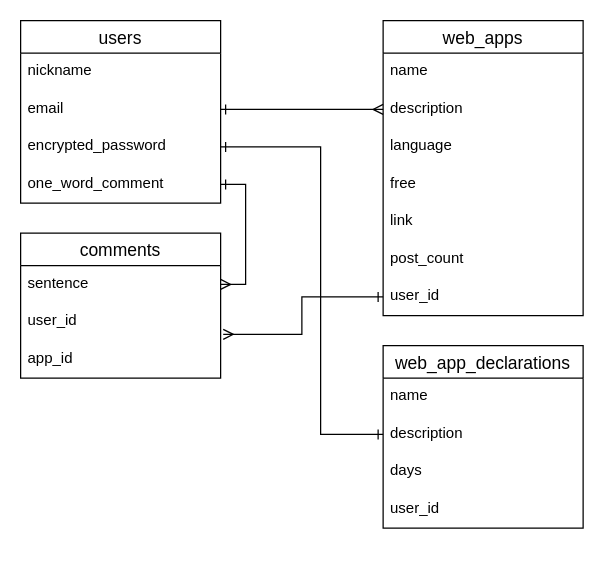
The draw.io diagram ER.dio in doshara1280/webapp-share, before the edit. Source tidied: cells renumbered, new cells numbered last; positions are measured from the earlier drawing's top-left corner, leaving out a move shared by most shapes. Both pictures are drawn from the tidied source at 125%, with x=0, y=0 at pixel (20, 20).
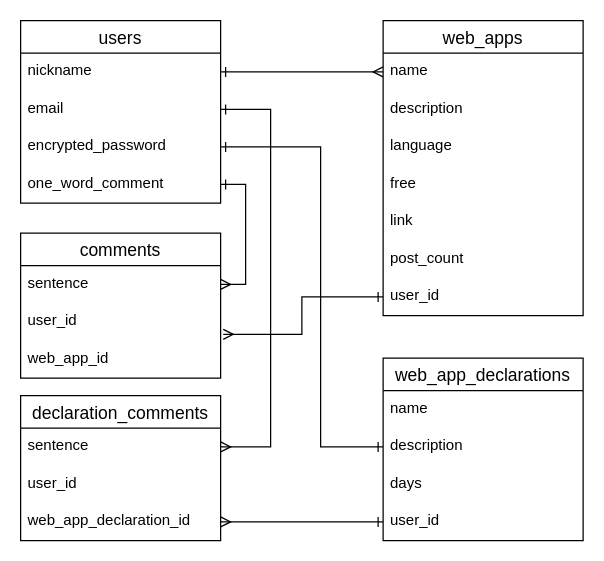
The same page after the edit.

Commit message:
ER図追記(投稿宣言に対するコメント)

Unchanged cells that the change refers to:
```xml
<mxCell id="3" value="nickname" style="text;strokeColor=none;fillColor=none;spacingLeft=4;spacingRight=4;overflow=hidden;points=[[0,0.5],[1,0.5]];portConstraint=eastwest;fontSize=12;" parent="2" vertex="1">
  <mxGeometry y="26" width="160" height="30" as="geometry" />
</mxCell>
<mxCell id="4" value="email" style="text;strokeColor=none;fillColor=none;spacingLeft=4;spacingRight=4;overflow=hidden;points=[[0,0.5],[1,0.5]];portConstraint=eastwest;fontSize=12;" parent="2" vertex="1">
  <mxGeometry y="56" width="160" height="30" as="geometry" />
</mxCell>
<mxCell id="5" value="encrypted_password" style="text;strokeColor=none;fillColor=none;spacingLeft=4;spacingRight=4;overflow=hidden;points=[[0,0.5],[1,0.5]];portConstraint=eastwest;fontSize=12;" parent="2" vertex="1">
  <mxGeometry y="86" width="160" height="30" as="geometry" />
</mxCell>
<mxCell id="8" value="name" style="text;strokeColor=none;fillColor=none;spacingLeft=4;spacingRight=4;overflow=hidden;points=[[0,0.5],[1,0.5]];portConstraint=eastwest;fontSize=12;" parent="7" vertex="1">
  <mxGeometry y="26" width="160" height="30" as="geometry" />
</mxCell>
<mxCell id="9" value="description" style="text;strokeColor=none;fillColor=none;spacingLeft=4;spacingRight=4;overflow=hidden;points=[[0,0.5],[1,0.5]];portConstraint=eastwest;fontSize=12;" parent="7" vertex="1">
  <mxGeometry y="56" width="160" height="30" as="geometry" />
</mxCell>
<mxCell id="15" value="comments" style="swimlane;fontStyle=0;horizontal=1;startSize=26;align=center;fontSize=14;" parent="1" vertex="1">
  <mxGeometry y="170" width="160" height="116" as="geometry" />
</mxCell>
<mxCell id="24" value="description" style="text;strokeColor=none;fillColor=none;spacingLeft=4;spacingRight=4;overflow=hidden;points=[[0,0.5],[1,0.5]];portConstraint=eastwest;fontSize=12;" parent="22" vertex="1">
  <mxGeometry y="56" width="160" height="30" as="geometry" />
</mxCell>
<mxCell id="26" value="user_id" style="text;strokeColor=none;fillColor=none;spacingLeft=4;spacingRight=4;overflow=hidden;points=[[0,0.5],[1,0.5]];portConstraint=eastwest;fontSize=12;fontStyle=0;" parent="22" vertex="1">
  <mxGeometry y="116" width="160" height="30" as="geometry" />
</mxCell>
```

The edit, as a diff of the source:
```diff
@@
-    <mxCell id="18" value="app_id" style="text;strokeColor=none;fillColor=none;spacingLeft=4;spacingRight=4;overflow=hidden;fontSize=12;" parent="15" vertex="1">
+    <mxCell id="18" value="web_app_id" style="text;strokeColor=none;fillColor=none;spacingLeft=4;spacingRight=4;overflow=hidden;fontSize=12;" parent="15" vertex="1">
       <mxGeometry y="86" width="160" height="30" as="geometry" />
     </mxCell>
-    <mxCell id="19" style="edgeStyle=orthogonalEdgeStyle;rounded=0;jettySize=auto;html=1;exitX=1;exitY=0.5;exitDx=0;exitDy=0;entryX=0;entryY=0.5;entryDx=0;entryDy=0;endArrow=ERmany;endFill=0;startArrow=ERone;startFill=0;" parent="1" edge="1" source="4" target="9">
-      <mxGeometry relative="1" as="geometry" />
-    </mxCell>
@@
     <mxCell id="22" value="web_app_declarations" style="swimlane;fontStyle=0;horizontal=1;startSize=26;align=center;fontSize=14;" parent="1" vertex="1">
-      <mxGeometry x="290" y="260" width="160" height="146" as="geometry" />
+      <mxGeometry x="290" y="270" width="160" height="146" as="geometry" />
     </mxCell>
@@
     <mxCell id="27" style="edgeStyle=orthogonalEdgeStyle;rounded=0;jettySize=auto;html=1;exitX=1;exitY=0.5;exitDx=0;exitDy=0;entryX=0;entryY=0.5;entryDx=0;entryDy=0;endArrow=ERone;endFill=0;startArrow=ERone;startFill=0;" parent="1" edge="1" source="5" target="24">
       <mxGeometry relative="1" as="geometry">
         <Array as="points">
           <mxPoint x="240" y="101" />
-          <mxPoint x="240" y="331" />
+          <mxPoint x="240" y="341" />
         </Array>
       </mxGeometry>
     </mxCell>
+    <mxCell id="28" value="declaration_comments" style="swimlane;fontStyle=0;horizontal=1;startSize=26;align=center;fontSize=14;" parent="1" vertex="1">
+      <mxGeometry y="300" width="160" height="116" as="geometry" />
+    </mxCell>
+    <mxCell id="29" value="sentence" style="text;strokeColor=none;fillColor=none;spacingLeft=4;spacingRight=4;overflow=hidden;points=[[0,0.5],[1,0.5]];portConstraint=eastwest;fontSize=12;" parent="28" vertex="1">
+      <mxGeometry y="26" width="160" height="30" as="geometry" />
+    </mxCell>
+    <mxCell id="30" value="user_id" style="text;strokeColor=none;fillColor=none;spacingLeft=4;spacingRight=4;overflow=hidden;fontSize=12;" parent="28" vertex="1">
+      <mxGeometry y="56" width="160" height="30" as="geometry" />
+    </mxCell>
+    <mxCell id="31" value="web_app_declaration_id" style="text;strokeColor=none;fillColor=none;spacingLeft=4;spacingRight=4;overflow=hidden;points=[[0,0.5],[1,0.5]];portConstraint=eastwest;fontSize=12;" parent="28" vertex="1">
+      <mxGeometry y="86" width="160" height="30" as="geometry" />
+    </mxCell>
+    <mxCell id="32" style="edgeStyle=orthogonalEdgeStyle;rounded=0;jettySize=auto;html=1;exitX=1;exitY=0.5;exitDx=0;exitDy=0;entryX=0;entryY=0.5;entryDx=0;entryDy=0;endArrow=ERmany;endFill=0;startArrow=ERone;startFill=0;" parent="1" edge="1" source="3" target="8">
+      <mxGeometry relative="1" as="geometry" />
+    </mxCell>
+    <mxCell id="33" style="edgeStyle=orthogonalEdgeStyle;rounded=0;jettySize=auto;html=1;exitX=1;exitY=0.5;exitDx=0;exitDy=0;entryX=1;entryY=0.5;entryDx=0;entryDy=0;startArrow=ERone;startFill=0;endArrow=ERmany;endFill=0;" parent="1" edge="1" source="4" target="29">
+      <mxGeometry relative="1" as="geometry">
+        <Array as="points">
+          <mxPoint x="200" y="71" />
+          <mxPoint x="200" y="341" />
+        </Array>
+      </mxGeometry>
+    </mxCell>
+    <mxCell id="34" style="edgeStyle=orthogonalEdgeStyle;rounded=0;jettySize=auto;html=1;exitX=0;exitY=0.5;exitDx=0;exitDy=0;entryX=1;entryY=0.5;entryDx=0;entryDy=0;startArrow=ERone;startFill=0;endArrow=ERmany;endFill=0;" parent="1" edge="1" source="26" target="31">
+      <mxGeometry relative="1" as="geometry" />
+    </mxCell>
```
